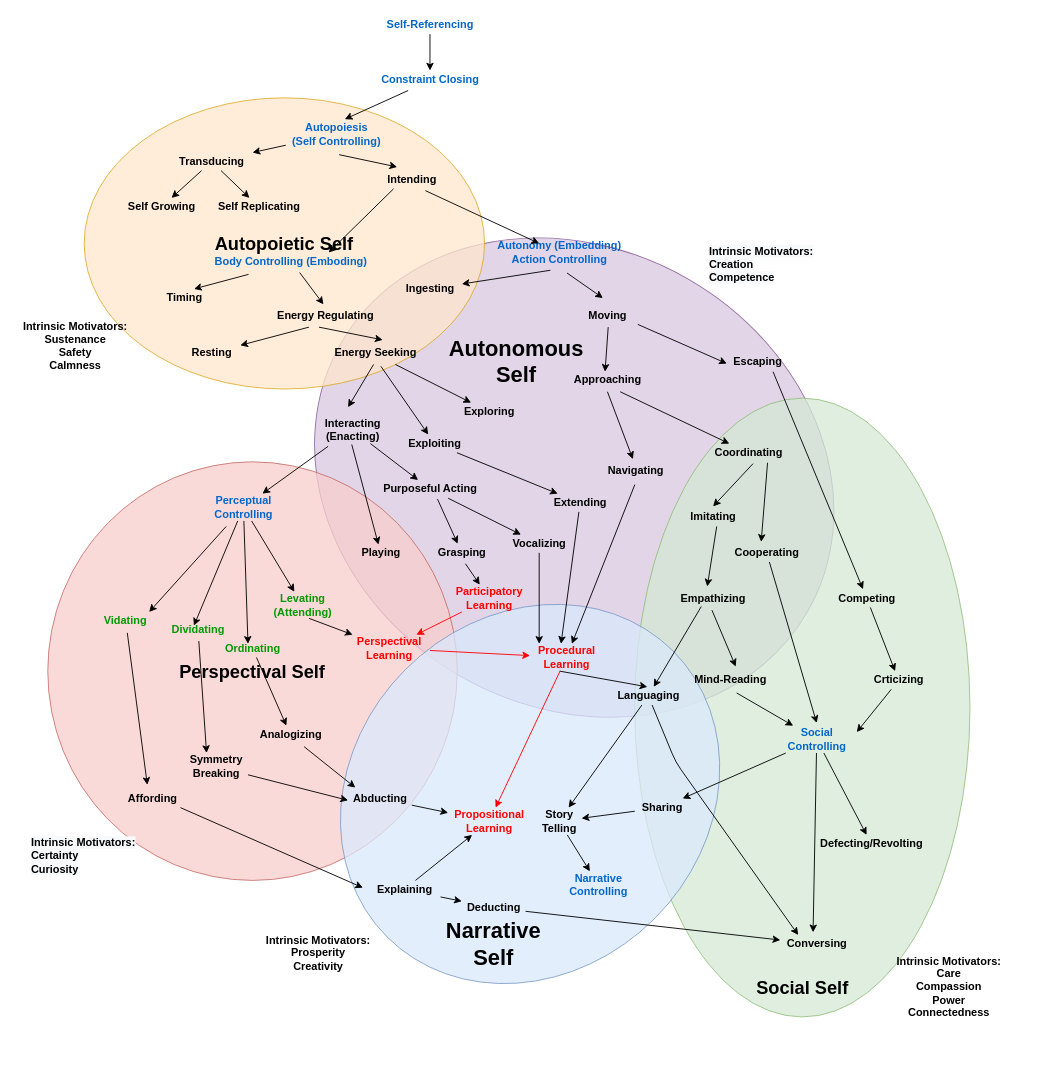
Before: autopoiesis_evolution.drawio in codeaudit/1, a draw.io diagram. Source tidied: cells renumbered, new cells numbered last; positions are measured from the earlier drawing's top-left corner, leaving out a move shared by most shapes. Both pictures are drawn from the tidied source at 91%, with x=0, y=0 at pixel (15, 15).
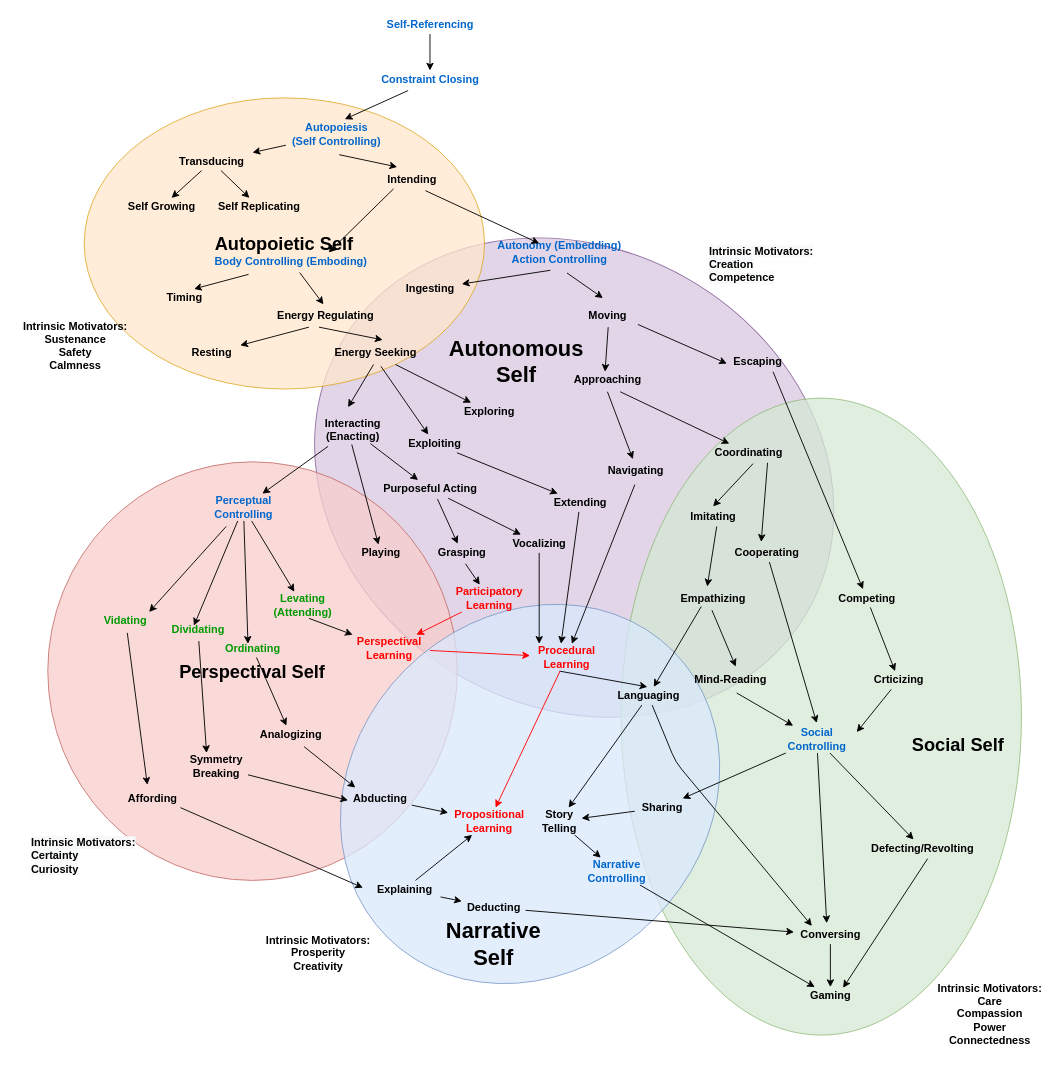
The same page after the edit.

The edit, as a diff of the source:
```diff
@@
     <mxCell id="3" style="ellipse;whiteSpace=wrap;html=1;fillColor=#d5e8d4;strokeColor=#82b366;direction=south;opacity=75;" parent="1" vertex="1">
-      <mxGeometry x="680" y="420" width="368.4" height="680" as="geometry" />
+      <mxGeometry x="665" y="420" width="440" height="700" as="geometry" />
     </mxCell>
@@
     <mxCell id="45" value="&lt;font style=&quot;font-size: 20px&quot;&gt;&lt;b&gt;Social Self&lt;br&gt;&lt;/b&gt;&lt;/font&gt;" style="text;html=1;align=center;verticalAlign=middle;" parent="1" vertex="1">
-      <mxGeometry x="804.2" y="1057.2" width="120" height="20" as="geometry" />
+      <mxGeometry x="975" y="790" width="120" height="20" as="geometry" />
     </mxCell>
@@
     <mxCell id="73" value="Conversing" style="text;html=1;align=center;verticalAlign=middle;points=[];fontStyle=1;" parent="1" vertex="1">
-      <mxGeometry x="840" y="1010" width="80" height="20" as="geometry" />
+      <mxGeometry x="855" y="1000" width="80" height="20" as="geometry" />
     </mxCell>
@@
     <mxCell id="99" value="Narrative&lt;br&gt;Controlling" style="text;html=1;align=center;verticalAlign=middle;points=[];fontStyle=1;fontColor=#0066CC;" parent="1" vertex="1">
-      <mxGeometry x="600" y="940" width="80" height="30" as="geometry" />
+      <mxGeometry x="620" y="925" width="80" height="30" as="geometry" />
     </mxCell>
@@
     <mxCell id="130" value="Defecting/Revolting" style="text;html=1;align=center;verticalAlign=middle;points=[];fontStyle=1;" parent="1" vertex="1">
-      <mxGeometry x="875" y="900" width="130" height="20" as="geometry" />
+      <mxGeometry x="931.1" y="905" width="130" height="20" as="geometry" />
     </mxCell>
@@
     <mxCell id="135" value="&lt;span style=&quot;color: rgb(0 , 0 , 0)&quot;&gt;&lt;b&gt;Intrinsic Motivators:&lt;br&gt;Care&lt;br&gt;Compassion&lt;br&gt;Power&lt;br&gt;Connectedness&lt;/b&gt;&lt;br&gt;&lt;/span&gt;" style="text;html=1;align=center;verticalAlign=middle;fontColor=#009900;" parent="1" vertex="1">
-      <mxGeometry x="960" y="1027.2" width="130" height="80" as="geometry" />
+      <mxGeometry x="1005" y="1057.2" width="130" height="80" as="geometry" />
     </mxCell>
@@
+    <mxCell id="137" value="Gaming" style="text;html=1;align=center;verticalAlign=middle;points=[];fontStyle=1;" parent="1" vertex="1">
+      <mxGeometry x="865" y="1067.2" width="60" height="20" as="geometry" />
+    </mxCell>
+    <mxCell id="138" style="endArrow=classic;html=1;" parent="1" edge="1" source="99" target="137">
+      <mxGeometry relative="1" as="geometry" />
+    </mxCell>
+    <mxCell id="139" style="endArrow=classic;html=1;" parent="1" edge="1" source="73" target="137">
+      <mxGeometry relative="1" as="geometry" />
+    </mxCell>
+    <mxCell id="140" style="endArrow=classic;html=1;exitX=0.545;exitY=1.05;exitDx=0;exitDy=0;exitPerimeter=0;entryX=0.733;entryY=0.04;entryDx=0;entryDy=0;entryPerimeter=0;" parent="1" edge="1" source="130" target="137">
+      <mxGeometry relative="1" as="geometry" />
+    </mxCell>
```
